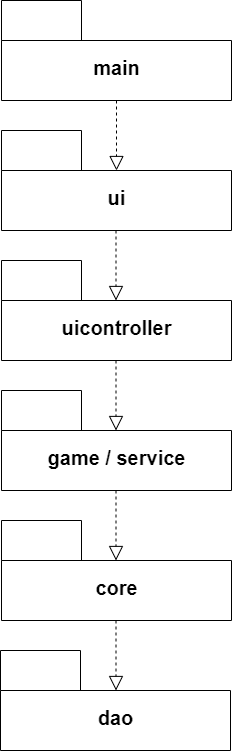
Earlier version of the draw.io export Images/pakkauskaavio.png (tsa-dom/ot-harjoitustyo). Source tidied: cells renumbered, new cells last; positions are measured from the earlier drawing's top-left corner, leaving out a move shared by most shapes.
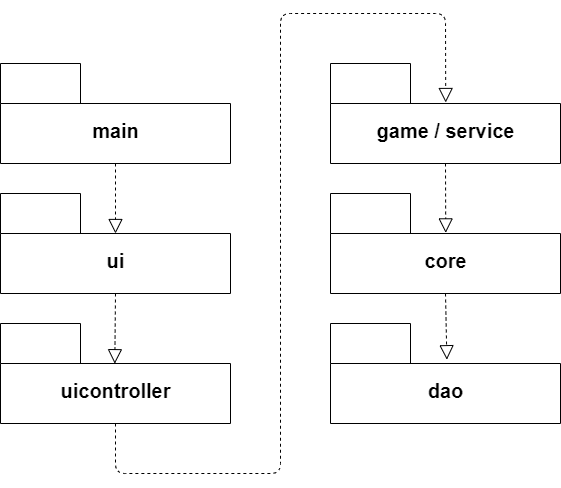
After the commit.

The edit, as a diff of the source:
```diff
@@ -12,40 +12,35 @@
       <mxGeometry x="1" y="260" width="230" height="100" as="geometry" />
     </mxCell>
     <mxCell id="5" value="&lt;font style=&quot;font-size: 20px&quot;&gt;&lt;br&gt;game / service&lt;br&gt;&lt;/font&gt;" style="shape=folder;fontStyle=1;spacingTop=10;tabWidth=80;tabHeight=40;tabPosition=left;html=1;align=center;" parent="1" vertex="1">
-      <mxGeometry x="1" y="390" width="230" height="100" as="geometry" />
+      <mxGeometry x="331" width="230" height="100" as="geometry" />
     </mxCell>
     <mxCell id="6" value="&lt;font style=&quot;font-size: 20px&quot;&gt;&lt;br&gt;core&lt;br&gt;&lt;/font&gt;" style="shape=folder;fontStyle=1;spacingTop=10;tabWidth=80;tabHeight=40;tabPosition=left;html=1;align=center;" parent="1" vertex="1">
-      <mxGeometry x="1" y="520" width="230" height="100" as="geometry" />
+      <mxGeometry x="331" y="130" width="230" height="100" as="geometry" />
     </mxCell>
     <mxCell id="7" value="&lt;font style=&quot;font-size: 20px&quot;&gt;&lt;br&gt;dao&lt;br&gt;&lt;/font&gt;" style="shape=folder;fontStyle=1;spacingTop=10;tabWidth=80;tabHeight=40;tabPosition=left;html=1;align=center;" parent="1" vertex="1">
-      <mxGeometry y="650" width="230" height="100" as="geometry" />
+      <mxGeometry x="331" y="260" width="230" height="100" as="geometry" />
     </mxCell>
     <mxCell id="8" style="endArrow=block;dashed=1;endFill=0;endSize=12;html=1;exitX=0.5;exitY=1;exitDx=0;exitDy=0;exitPerimeter=0;entryX=0.5;entryY=0.4;entryDx=0;entryDy=0;entryPerimeter=0;" parent="1" edge="1" source="2" target="3">
       <mxGeometry relative="1" as="geometry" />
     </mxCell>
-    <mxCell id="9" style="endArrow=block;dashed=1;endFill=0;endSize=12;html=1;exitX=0.5;exitY=1;exitDx=0;exitDy=0;exitPerimeter=0;entryX=0.5;entryY=0.4;entryDx=0;entryDy=0;entryPerimeter=0;" parent="1" edge="1">
-      <mxGeometry relative="1" as="geometry">
-        <mxPoint x="115.5" y="230" as="sourcePoint" />
-        <mxPoint x="115.5" y="300" as="targetPoint" />
-      </mxGeometry>
+    <mxCell id="9" style="endArrow=block;dashed=1;endFill=0;endSize=12;html=1;exitX=0.5;exitY=1;exitDx=0;exitDy=0;exitPerimeter=0;entryX=0.497;entryY=0.402;entryDx=0;entryDy=0;entryPerimeter=0;" parent="1" edge="1" source="3" target="4">
+      <mxGeometry relative="1" as="geometry" />
     </mxCell>
-    <mxCell id="10" style="endArrow=block;dashed=1;endFill=0;endSize=12;html=1;exitX=0.5;exitY=1;exitDx=0;exitDy=0;exitPerimeter=0;entryX=0.5;entryY=0.4;entryDx=0;entryDy=0;entryPerimeter=0;" parent="1" edge="1">
+    <mxCell id="10" style="endArrow=block;dashed=1;endFill=0;endSize=12;html=1;exitX=0.5;exitY=1;exitDx=0;exitDy=0;exitPerimeter=0;entryX=0.501;entryY=0.39;entryDx=0;entryDy=0;entryPerimeter=0;" parent="1" edge="1" source="4" target="5">
       <mxGeometry relative="1" as="geometry">
-        <mxPoint x="115.5" y="360" as="sourcePoint" />
-        <mxPoint x="115.5" y="430" as="targetPoint" />
+        <Array as="points">
+          <mxPoint x="116" y="410" />
+          <mxPoint x="281" y="410" />
+          <mxPoint x="281" y="-50" />
+          <mxPoint x="446" y="-50" />
+        </Array>
       </mxGeometry>
     </mxCell>
-    <mxCell id="11" style="endArrow=block;dashed=1;endFill=0;endSize=12;html=1;exitX=0.5;exitY=1;exitDx=0;exitDy=0;exitPerimeter=0;entryX=0.5;entryY=0.4;entryDx=0;entryDy=0;entryPerimeter=0;" parent="1" edge="1">
-      <mxGeometry relative="1" as="geometry">
-        <mxPoint x="115.5" y="490" as="sourcePoint" />
-        <mxPoint x="115.5" y="560" as="targetPoint" />
-      </mxGeometry>
+    <mxCell id="11" style="endArrow=block;dashed=1;endFill=0;endSize=12;html=1;exitX=0.5;exitY=1;exitDx=0;exitDy=0;exitPerimeter=0;entryX=0.501;entryY=0.394;entryDx=0;entryDy=0;entryPerimeter=0;" parent="1" edge="1" source="5" target="6">
+      <mxGeometry relative="1" as="geometry" />
     </mxCell>
-    <mxCell id="12" style="endArrow=block;dashed=1;endFill=0;endSize=12;html=1;exitX=0.5;exitY=1;exitDx=0;exitDy=0;exitPerimeter=0;entryX=0.5;entryY=0.4;entryDx=0;entryDy=0;entryPerimeter=0;" parent="1" edge="1">
-      <mxGeometry relative="1" as="geometry">
-        <mxPoint x="115.5" y="620" as="sourcePoint" />
-        <mxPoint x="115.5" y="690" as="targetPoint" />
-      </mxGeometry>
+    <mxCell id="12" style="endArrow=block;dashed=1;endFill=0;endSize=12;html=1;exitX=0.5;exitY=1;exitDx=0;exitDy=0;exitPerimeter=0;entryX=0.506;entryY=0.362;entryDx=0;entryDy=0;entryPerimeter=0;" parent="1" edge="1" source="6" target="7">
+      <mxGeometry relative="1" as="geometry" />
     </mxCell>
   </root>
 </mxGraphModel>
```
